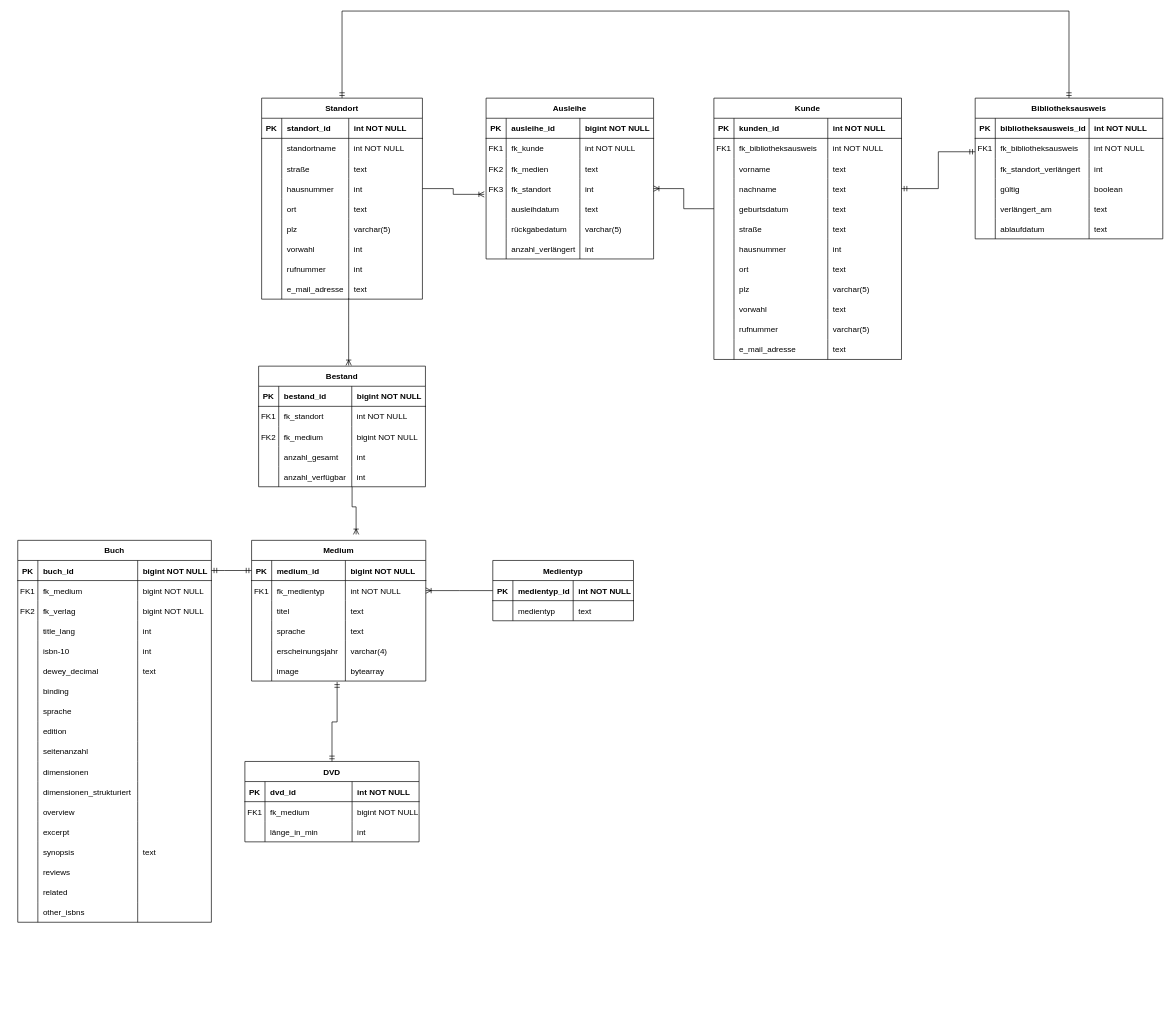
typhooncode-library-administration/1.organization-documentation-wiki keeps this draw.io diagram as ERM_Bibliotheksverwaltung.drawio. Above is the earlier version. Source tidied: cells renumbered, new cells numbered last; positions are measured from the earlier drawing's top-left corner, leaving out a move shared by most shapes. Both pictures are drawn from the tidied source at 67%, with x=0, y=0 at pixel (17, 11).
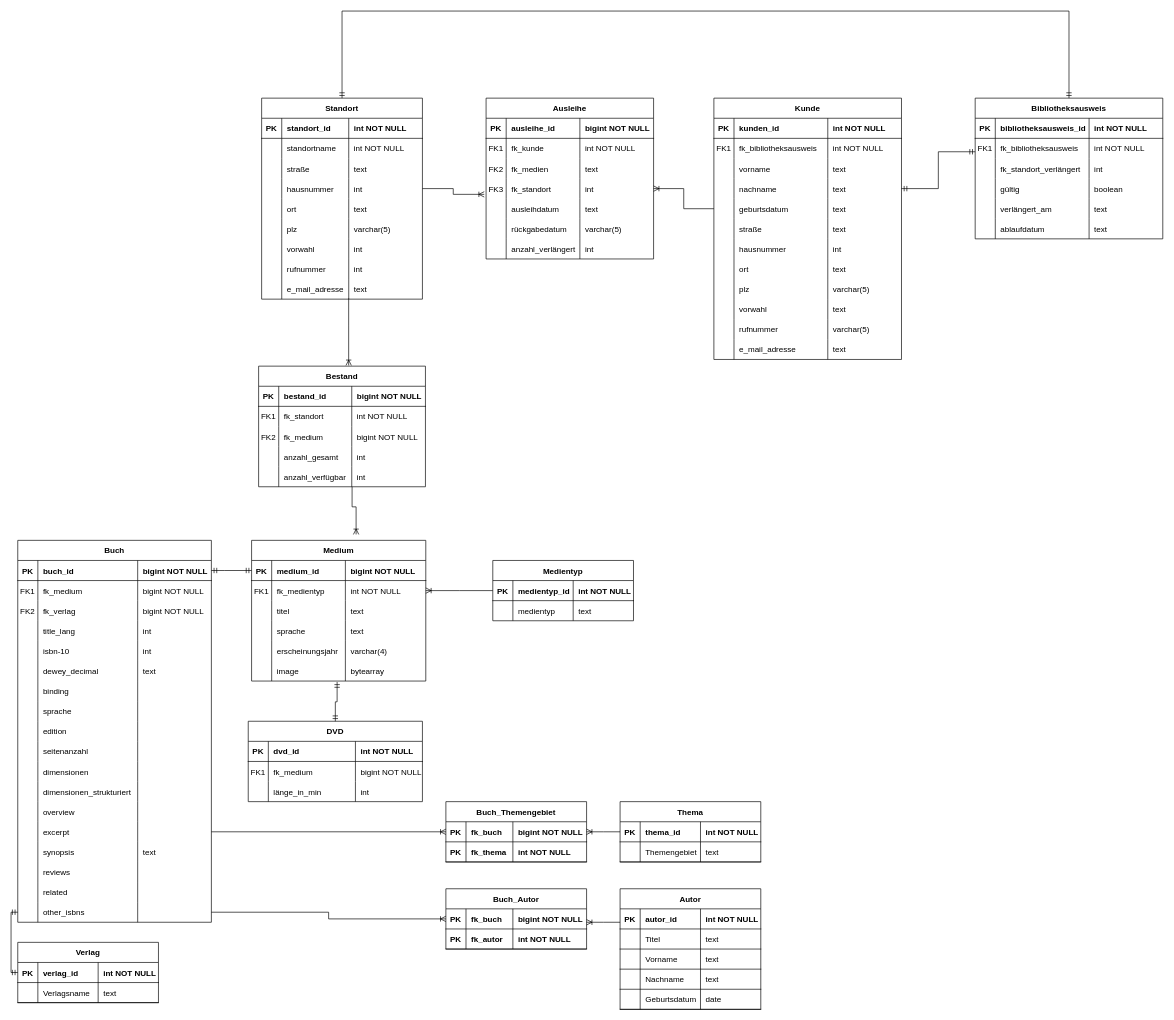
After the change.

The change refers to these unchanged cells:
```xml
<mxCell id="138" style="shape=partialRectangle;fillColor=none;points=[[0,0.5],[1,0.5]];portConstraint=eastwest;top=0;left=0;right=0;bottom=0;" parent="85" vertex="1">
  <mxGeometry y="420" width="289" height="30" as="geometry" />
</mxCell>
<mxCell id="154" style="shape=partialRectangle;fillColor=none;points=[[0,0.5],[1,0.5]];portConstraint=eastwest;top=0;left=0;right=0;bottom=0;" parent="85" vertex="1">
  <mxGeometry y="540" width="289" height="30" as="geometry" />
</mxCell>
```

Change to the diagram source:
```diff
@@
     <mxCell id="161" value="DVD" style="shape=table;startSize=30;childLayout=tableLayout;rowLines=0;fontStyle=1;align=center;" parent="1" vertex="1">
-      <mxGeometry x="339" y="1120" width="260" height="120" as="geometry" />
+      <mxGeometry x="344" y="1060" width="260" height="120" as="geometry" />
     </mxCell>
@@
+    <mxCell id="292" value="Buch_Themengebiet" style="shape=table;startSize=30;childLayout=tableLayout;rowLines=0;fontStyle=1;align=center;" parent="1" vertex="1">
+      <mxGeometry x="639" y="1180" width="210" height="90" as="geometry" />
+    </mxCell>
+    <mxCell id="293" style="shape=partialRectangle;fillColor=none;points=[[0,0.5],[1,0.5]];portConstraint=eastwest;top=0;left=0;right=0;bottom=1;" parent="292" vertex="1">
+      <mxGeometry y="30" width="210" height="30" as="geometry" />
+    </mxCell>
+    <mxCell id="294" value="PK" style="shape=partialRectangle;overflow=hidden;fillColor=none;top=0;left=0;bottom=0;right=0;fontStyle=1;" parent="293" vertex="1">
+      <mxGeometry width="30" height="30" as="geometry" />
+    </mxCell>
+    <mxCell id="295" value="fk_buch" style="shape=partialRectangle;overflow=hidden;fillColor=none;top=0;left=0;bottom=0;right=0;align=left;spacingLeft=6;fontStyle=1;" parent="293" vertex="1">
+      <mxGeometry x="30" width="70" height="30" as="geometry" />
+    </mxCell>
+    <mxCell id="296" value="bigint NOT NULL" style="shape=partialRectangle;overflow=hidden;fillColor=none;top=0;left=0;bottom=0;right=0;align=left;spacingLeft=6;fontStyle=1;" parent="293" vertex="1">
+      <mxGeometry x="100" width="110" height="30" as="geometry" />
+    </mxCell>
+    <mxCell id="297" style="shape=partialRectangle;fillColor=none;top=0;left=0;right=0;bottom=1;" parent="292" vertex="1">
+      <mxGeometry y="60" width="210" height="30" as="geometry" />
+    </mxCell>
+    <mxCell id="298" value="PK" style="shape=partialRectangle;overflow=hidden;fillColor=none;top=0;left=0;bottom=0;right=0;fontStyle=1;" parent="297" vertex="1">
+      <mxGeometry width="30" height="30" as="geometry" />
+    </mxCell>
+    <mxCell id="299" value="fk_thema" style="shape=partialRectangle;overflow=hidden;fillColor=none;top=0;left=0;bottom=0;right=0;align=left;spacingLeft=6;fontStyle=1;" parent="297" vertex="1">
+      <mxGeometry x="30" width="70" height="30" as="geometry" />
+    </mxCell>
+    <mxCell id="300" value="int NOT NULL" style="shape=partialRectangle;overflow=hidden;fillColor=none;top=0;left=0;bottom=0;right=0;align=left;spacingLeft=6;fontStyle=1;" parent="297" vertex="1">
+      <mxGeometry x="100" width="110" height="30" as="geometry" />
+    </mxCell>
+    <mxCell id="301" value="Thema" style="shape=table;startSize=30;childLayout=tableLayout;rowLines=0;fontStyle=1;align=center;" parent="1" vertex="1">
+      <mxGeometry x="899" y="1180" width="210" height="90" as="geometry" />
+    </mxCell>
+    <mxCell id="302" style="shape=partialRectangle;fillColor=none;points=[[0,0.5],[1,0.5]];portConstraint=eastwest;top=0;left=0;right=0;bottom=1;" parent="301" vertex="1">
+      <mxGeometry y="30" width="210" height="30" as="geometry" />
+    </mxCell>
+    <mxCell id="303" value="PK" style="shape=partialRectangle;overflow=hidden;fillColor=none;top=0;left=0;bottom=0;right=0;fontStyle=1;" parent="302" vertex="1">
+      <mxGeometry width="30" height="30" as="geometry" />
+    </mxCell>
+    <mxCell id="304" value="thema_id" style="shape=partialRectangle;overflow=hidden;fillColor=none;top=0;left=0;bottom=0;right=0;align=left;spacingLeft=6;fontStyle=1;" parent="302" vertex="1">
+      <mxGeometry x="30" width="90" height="30" as="geometry" />
+    </mxCell>
+    <mxCell id="305" value="int NOT NULL" style="shape=partialRectangle;overflow=hidden;fillColor=none;top=0;left=0;bottom=0;right=0;align=left;spacingLeft=6;fontStyle=1;" parent="302" vertex="1">
+      <mxGeometry x="120" width="90" height="30" as="geometry" />
+    </mxCell>
+    <mxCell id="306" style="shape=partialRectangle;fillColor=none;top=0;left=0;right=0;bottom=1;" parent="301" vertex="1">
+      <mxGeometry y="60" width="210" height="30" as="geometry" />
+    </mxCell>
+    <mxCell id="307" style="shape=partialRectangle;overflow=hidden;fillColor=none;top=0;left=0;bottom=0;right=0;fontStyle=1;" parent="306" vertex="1">
+      <mxGeometry width="30" height="30" as="geometry" />
+    </mxCell>
+    <mxCell id="308" value="Themengebiet" style="shape=partialRectangle;overflow=hidden;fillColor=none;top=0;left=0;bottom=0;right=0;align=left;spacingLeft=6;fontStyle=0;" parent="306" vertex="1">
+      <mxGeometry x="30" width="90" height="30" as="geometry" />
+    </mxCell>
+    <mxCell id="309" value="text" style="shape=partialRectangle;overflow=hidden;fillColor=none;top=0;left=0;bottom=0;right=0;align=left;spacingLeft=6;fontStyle=0;" parent="306" vertex="1">
+      <mxGeometry x="120" width="90" height="30" as="geometry" />
+    </mxCell>
+    <mxCell id="310" style="edgeStyle=elbowEdgeStyle;fontSize=12;html=1;endArrow=none;rounded=0;exitX=1;exitY=0.5;exitDx=0;exitDy=0;entryX=0;entryY=0.5;entryDx=0;entryDy=0;startArrow=ERoneToMany;startFill=0;endFill=0;" parent="1" edge="1" source="293" target="302">
+      <mxGeometry relative="1" as="geometry" />
+    </mxCell>
+    <mxCell id="311" style="fontSize=12;html=1;endArrow=ERoneToMany;startArrow=none;rounded=0;exitX=1;exitY=0.5;exitDx=0;exitDy=0;entryX=0;entryY=0.5;entryDx=0;entryDy=0;startFill=0;endFill=0;" parent="1" edge="1" source="138" target="293">
+      <mxGeometry relative="1" as="geometry" />
+    </mxCell>
+    <mxCell id="312" value="Buch_Autor" style="shape=table;startSize=30;childLayout=tableLayout;rowLines=0;fontStyle=1;align=center;" parent="1" vertex="1">
+      <mxGeometry x="639" y="1310" width="210" height="90" as="geometry" />
+    </mxCell>
+    <mxCell id="313" style="shape=partialRectangle;fillColor=none;points=[[0,0.5],[1,0.5]];portConstraint=eastwest;top=0;left=0;right=0;bottom=1;" parent="312" vertex="1">
+      <mxGeometry y="30" width="210" height="30" as="geometry" />
+    </mxCell>
+    <mxCell id="314" value="PK" style="shape=partialRectangle;overflow=hidden;fillColor=none;top=0;left=0;bottom=0;right=0;fontStyle=1;" parent="313" vertex="1">
+      <mxGeometry width="30" height="30" as="geometry" />
+    </mxCell>
+    <mxCell id="315" value="fk_buch" style="shape=partialRectangle;overflow=hidden;fillColor=none;top=0;left=0;bottom=0;right=0;align=left;spacingLeft=6;fontStyle=1;" parent="313" vertex="1">
+      <mxGeometry x="30" width="70" height="30" as="geometry" />
+    </mxCell>
+    <mxCell id="316" value="bigint NOT NULL" style="shape=partialRectangle;overflow=hidden;fillColor=none;top=0;left=0;bottom=0;right=0;align=left;spacingLeft=6;fontStyle=1;" parent="313" vertex="1">
+      <mxGeometry x="100" width="110" height="30" as="geometry" />
+    </mxCell>
+    <mxCell id="317" style="shape=partialRectangle;fillColor=none;top=0;left=0;right=0;bottom=1;" parent="312" vertex="1">
+      <mxGeometry y="60" width="210" height="30" as="geometry" />
+    </mxCell>
+    <mxCell id="318" value="PK" style="shape=partialRectangle;overflow=hidden;fillColor=none;top=0;left=0;bottom=0;right=0;fontStyle=1;" parent="317" vertex="1">
+      <mxGeometry width="30" height="30" as="geometry" />
+    </mxCell>
+    <mxCell id="319" value="fk_autor" style="shape=partialRectangle;overflow=hidden;fillColor=none;top=0;left=0;bottom=0;right=0;align=left;spacingLeft=6;fontStyle=1;" parent="317" vertex="1">
+      <mxGeometry x="30" width="70" height="30" as="geometry" />
+    </mxCell>
+    <mxCell id="320" value="int NOT NULL" style="shape=partialRectangle;overflow=hidden;fillColor=none;top=0;left=0;bottom=0;right=0;align=left;spacingLeft=6;fontStyle=1;" parent="317" vertex="1">
+      <mxGeometry x="100" width="110" height="30" as="geometry" />
+    </mxCell>
+    <mxCell id="321" value="Autor" style="shape=table;startSize=30;childLayout=tableLayout;rowLines=0;fontStyle=1;align=center;" parent="1" vertex="1">
+      <mxGeometry x="899" y="1310" width="210" height="180" as="geometry" />
+    </mxCell>
+    <mxCell id="322" style="shape=partialRectangle;fillColor=none;top=0;left=0;right=0;bottom=1;" parent="321" vertex="1">
+      <mxGeometry y="30" width="210" height="30" as="geometry" />
+    </mxCell>
+    <mxCell id="323" value="PK" style="shape=partialRectangle;overflow=hidden;fillColor=none;top=0;left=0;bottom=0;right=0;fontStyle=1;" parent="322" vertex="1">
+      <mxGeometry width="30" height="30" as="geometry" />
+    </mxCell>
+    <mxCell id="324" value="autor_id" style="shape=partialRectangle;overflow=hidden;fillColor=none;top=0;left=0;bottom=0;right=0;align=left;spacingLeft=6;fontStyle=1;" parent="322" vertex="1">
+      <mxGeometry x="30" width="90" height="30" as="geometry" />
+    </mxCell>
+    <mxCell id="325" value="int NOT NULL" style="shape=partialRectangle;overflow=hidden;fillColor=none;top=0;left=0;bottom=0;right=0;align=left;spacingLeft=6;fontStyle=1;" parent="322" vertex="1">
+      <mxGeometry x="120" width="90" height="30" as="geometry" />
+    </mxCell>
+    <mxCell id="326" style="shape=partialRectangle;fillColor=none;top=0;left=0;right=0;bottom=1;" parent="321" vertex="1">
+      <mxGeometry y="60" width="210" height="30" as="geometry" />
+    </mxCell>
+    <mxCell id="327" style="shape=partialRectangle;overflow=hidden;fillColor=none;top=0;left=0;bottom=0;right=0;fontStyle=1;" parent="326" vertex="1">
+      <mxGeometry width="30" height="30" as="geometry" />
+    </mxCell>
+    <mxCell id="328" value="Titel" style="shape=partialRectangle;overflow=hidden;fillColor=none;top=0;left=0;bottom=0;right=0;align=left;spacingLeft=6;fontStyle=0;" parent="326" vertex="1">
+      <mxGeometry x="30" width="90" height="30" as="geometry" />
+    </mxCell>
+    <mxCell id="329" value="text" style="shape=partialRectangle;overflow=hidden;fillColor=none;top=0;left=0;bottom=0;right=0;align=left;spacingLeft=6;fontStyle=0;" parent="326" vertex="1">
+      <mxGeometry x="120" width="90" height="30" as="geometry" />
+    </mxCell>
+    <mxCell id="330" style="shape=partialRectangle;fillColor=none;top=0;left=0;right=0;bottom=1;" parent="321" vertex="1">
+      <mxGeometry y="90" width="210" height="30" as="geometry" />
+    </mxCell>
+    <mxCell id="331" style="shape=partialRectangle;overflow=hidden;fillColor=none;top=0;left=0;bottom=0;right=0;fontStyle=1;" parent="330" vertex="1">
+      <mxGeometry width="30" height="30" as="geometry" />
+    </mxCell>
+    <mxCell id="332" value="Vorname" style="shape=partialRectangle;overflow=hidden;fillColor=none;top=0;left=0;bottom=0;right=0;align=left;spacingLeft=6;fontStyle=0;" parent="330" vertex="1">
+      <mxGeometry x="30" width="90" height="30" as="geometry" />
+    </mxCell>
+    <mxCell id="333" value="text" style="shape=partialRectangle;overflow=hidden;fillColor=none;top=0;left=0;bottom=0;right=0;align=left;spacingLeft=6;fontStyle=0;" parent="330" vertex="1">
+      <mxGeometry x="120" width="90" height="30" as="geometry" />
+    </mxCell>
+    <mxCell id="334" style="shape=partialRectangle;fillColor=none;top=0;left=0;right=0;bottom=1;" parent="321" vertex="1">
+      <mxGeometry y="120" width="210" height="30" as="geometry" />
+    </mxCell>
+    <mxCell id="335" style="shape=partialRectangle;overflow=hidden;fillColor=none;top=0;left=0;bottom=0;right=0;fontStyle=1;" parent="334" vertex="1">
+      <mxGeometry width="30" height="30" as="geometry" />
+    </mxCell>
+    <mxCell id="336" value="Nachname" style="shape=partialRectangle;overflow=hidden;fillColor=none;top=0;left=0;bottom=0;right=0;align=left;spacingLeft=6;fontStyle=0;" parent="334" vertex="1">
+      <mxGeometry x="30" width="90" height="30" as="geometry" />
+    </mxCell>
+    <mxCell id="337" value="text" style="shape=partialRectangle;overflow=hidden;fillColor=none;top=0;left=0;bottom=0;right=0;align=left;spacingLeft=6;fontStyle=0;" parent="334" vertex="1">
+      <mxGeometry x="120" width="90" height="30" as="geometry" />
+    </mxCell>
+    <mxCell id="338" style="shape=partialRectangle;fillColor=none;top=0;left=0;right=0;bottom=1;" parent="321" vertex="1">
+      <mxGeometry y="150" width="210" height="30" as="geometry" />
+    </mxCell>
+    <mxCell id="339" style="shape=partialRectangle;overflow=hidden;fillColor=none;top=0;left=0;bottom=0;right=0;fontStyle=1;" parent="338" vertex="1">
+      <mxGeometry width="30" height="30" as="geometry" />
+    </mxCell>
+    <mxCell id="340" value="Geburtsdatum" style="shape=partialRectangle;overflow=hidden;fillColor=none;top=0;left=0;bottom=0;right=0;align=left;spacingLeft=6;fontStyle=0;" parent="338" vertex="1">
+      <mxGeometry x="30" width="90" height="30" as="geometry" />
+    </mxCell>
+    <mxCell id="341" value="date" style="shape=partialRectangle;overflow=hidden;fillColor=none;top=0;left=0;bottom=0;right=0;align=left;spacingLeft=6;fontStyle=0;" parent="338" vertex="1">
+      <mxGeometry x="120" width="90" height="30" as="geometry" />
+    </mxCell>
+    <mxCell id="342" style="edgeStyle=elbowEdgeStyle;fontSize=12;html=1;endArrow=none;rounded=0;exitX=1;exitY=0.5;exitDx=0;exitDy=0;entryX=0;entryY=0.5;entryDx=0;entryDy=0;startArrow=ERoneToMany;startFill=0;endFill=0;" parent="1" edge="1">
+      <mxGeometry relative="1" as="geometry">
+        <mxPoint x="849" y="1360" as="sourcePoint" />
+        <mxPoint x="899" y="1360" as="targetPoint" />
+      </mxGeometry>
+    </mxCell>
+    <mxCell id="343" style="edgeStyle=elbowEdgeStyle;fontSize=12;html=1;endArrow=ERoneToMany;rounded=0;exitX=1;exitY=0.5;exitDx=0;exitDy=0;" parent="1" edge="1" source="154" target="313">
+      <mxGeometry relative="1" as="geometry" />
+    </mxCell>
+    <mxCell id="344" value="Verlag" style="shape=table;startSize=30;childLayout=tableLayout;rowLines=0;fontStyle=1;align=center;" parent="1" vertex="1">
+      <mxGeometry y="1390" width="210" height="90" as="geometry" />
+    </mxCell>
+    <mxCell id="345" style="shape=partialRectangle;fillColor=none;points=[[0,0.5],[1,0.5]];portConstraint=eastwest;top=0;left=0;right=0;bottom=1;" parent="344" vertex="1">
+      <mxGeometry y="30" width="210" height="30" as="geometry" />
+    </mxCell>
+    <mxCell id="346" value="PK" style="shape=partialRectangle;overflow=hidden;fillColor=none;top=0;left=0;bottom=0;right=0;fontStyle=1;" parent="345" vertex="1">
+      <mxGeometry width="30" height="30" as="geometry" />
+    </mxCell>
+    <mxCell id="347" value="verlag_id" style="shape=partialRectangle;overflow=hidden;fillColor=none;top=0;left=0;bottom=0;right=0;align=left;spacingLeft=6;fontStyle=1;" parent="345" vertex="1">
+      <mxGeometry x="30" width="90" height="30" as="geometry" />
+    </mxCell>
+    <mxCell id="348" value="int NOT NULL" style="shape=partialRectangle;overflow=hidden;fillColor=none;top=0;left=0;bottom=0;right=0;align=left;spacingLeft=6;fontStyle=1;" parent="345" vertex="1">
+      <mxGeometry x="120" width="90" height="30" as="geometry" />
+    </mxCell>
+    <mxCell id="349" style="shape=partialRectangle;fillColor=none;top=0;left=0;right=0;bottom=1;" parent="344" vertex="1">
+      <mxGeometry y="60" width="210" height="30" as="geometry" />
+    </mxCell>
+    <mxCell id="350" style="shape=partialRectangle;overflow=hidden;fillColor=none;top=0;left=0;bottom=0;right=0;fontStyle=1;" parent="349" vertex="1">
+      <mxGeometry width="30" height="30" as="geometry" />
+    </mxCell>
+    <mxCell id="351" value="Verlagsname" style="shape=partialRectangle;overflow=hidden;fillColor=none;top=0;left=0;bottom=0;right=0;align=left;spacingLeft=6;fontStyle=0;" parent="349" vertex="1">
+      <mxGeometry x="30" width="90" height="30" as="geometry" />
+    </mxCell>
+    <mxCell id="352" value="text" style="shape=partialRectangle;overflow=hidden;fillColor=none;top=0;left=0;bottom=0;right=0;align=left;spacingLeft=6;fontStyle=0;" parent="349" vertex="1">
+      <mxGeometry x="120" width="90" height="30" as="geometry" />
+    </mxCell>
+    <mxCell id="353" style="edgeStyle=orthogonalEdgeStyle;fontSize=12;html=1;endArrow=ERmandOne;startArrow=ERmandOne;rounded=0;entryX=0;entryY=0.5;entryDx=0;entryDy=0;elbow=vertical;exitX=0;exitY=0.5;exitDx=0;exitDy=0;" parent="1" edge="1" source="154" target="345">
+      <mxGeometry relative="1" as="geometry" />
+    </mxCell>
```
